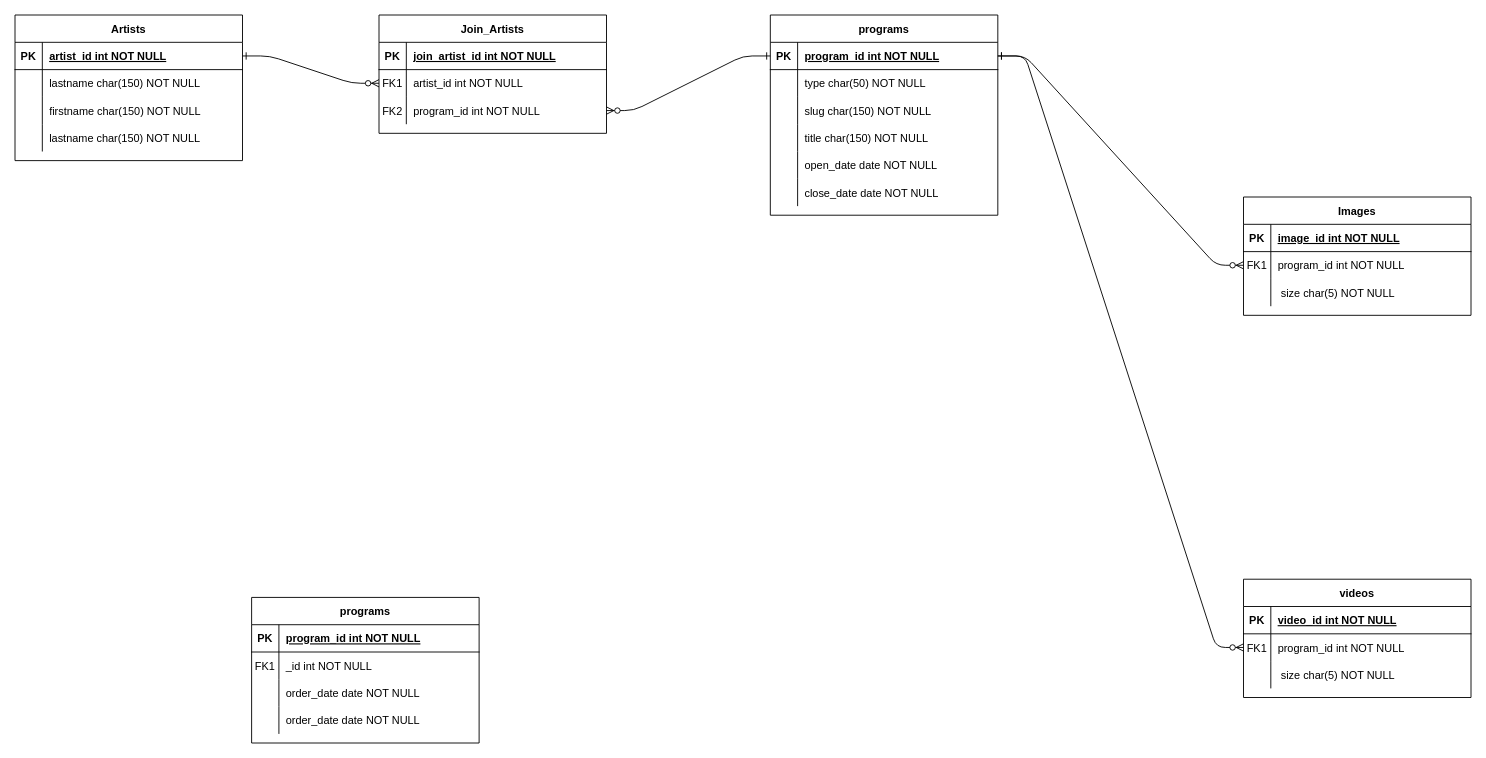
The draw.io diagram Untitled Diagram.drawio in sebatease/sebatease, before the edit. Source tidied: cells renumbered, new cells numbered last; positions are measured from the earlier drawing's top-left corner, leaving out a move shared by most shapes. Both pictures are drawn from the tidied source at 91%, with x=0, y=0 at pixel (15, 15).
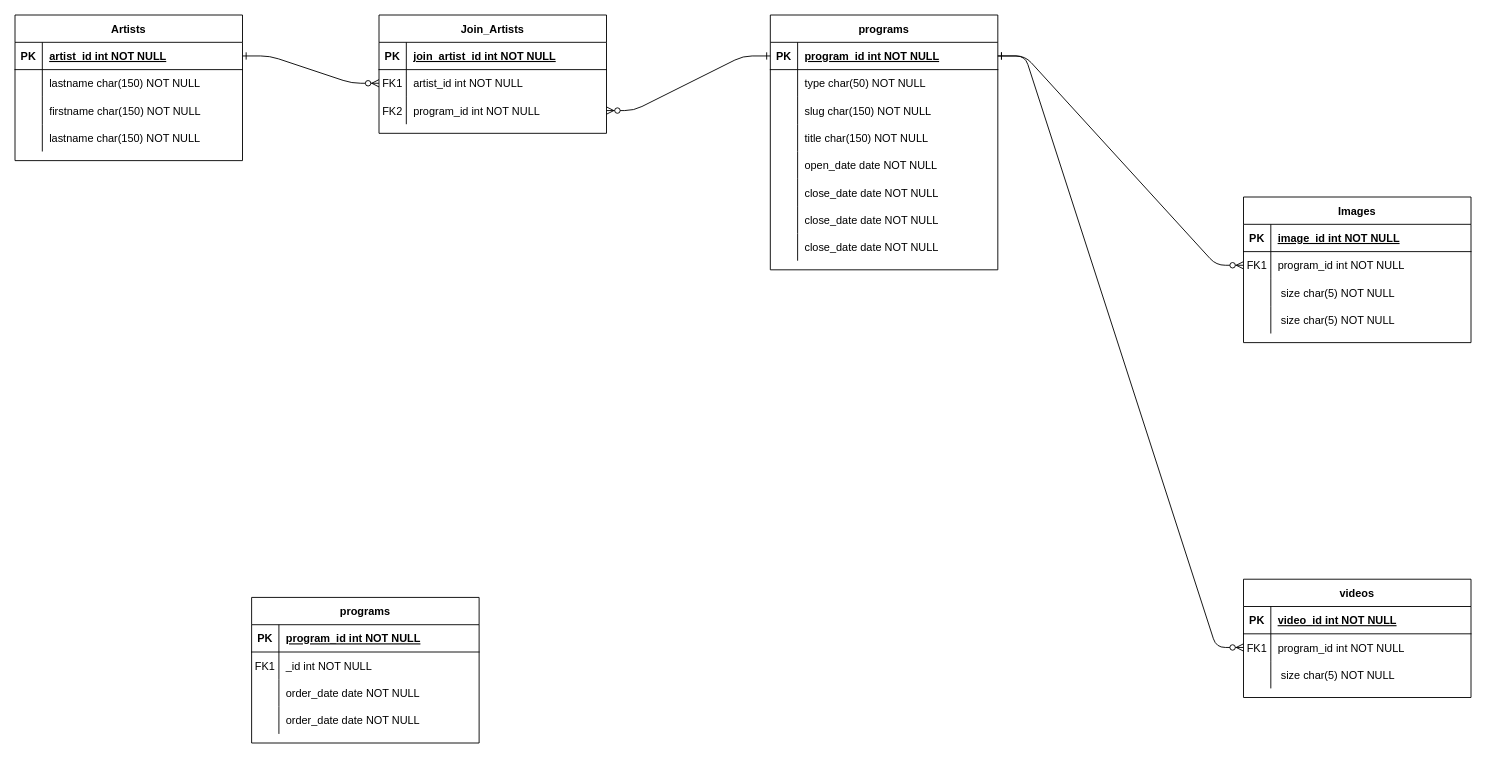
The same page after the edit.

Commit message:
fecit BDD save

What changed in the source:
```diff
@@
     <mxCell id="17" value="Images" style="shape=table;startSize=30;childLayout=tableLayout;rowLines=0;fontStyle=1;align=center;" parent="1" vertex="1">
-      <mxGeometry x="1350" y="200" width="250" height="130" as="geometry" />
+      <mxGeometry x="1350" y="200" width="250" height="160" as="geometry" />
     </mxCell>
@@
+    <mxCell id="82" style="shape=partialRectangle;fillColor=none;top=0;left=0;right=0;bottom=0;" parent="17" vertex="1">
+      <mxGeometry y="120" width="250" height="30" as="geometry" />
+    </mxCell>
+    <mxCell id="83" style="shape=partialRectangle;overflow=hidden;fillColor=none;top=0;left=0;bottom=0;right=0;" parent="82" vertex="1">
+      <mxGeometry width="30" height="30" as="geometry" />
+    </mxCell>
+    <mxCell id="84" value=" size char(5) NOT NULL" style="shape=partialRectangle;overflow=hidden;fillColor=none;top=0;left=0;bottom=0;right=0;align=left;spacingLeft=6;" parent="82" vertex="1">
+      <mxGeometry x="30" width="220" height="30" as="geometry" />
+    </mxCell>
@@
     <mxCell id="51" value="programs" style="shape=table;startSize=30;childLayout=tableLayout;rowLines=0;fontStyle=1;align=center;" parent="1" vertex="1">
-      <mxGeometry x="830" width="250" height="220" as="geometry" />
+      <mxGeometry x="830" width="250" height="280" as="geometry" />
     </mxCell>
@@
+    <mxCell id="85" style="shape=partialRectangle;fillColor=none;top=0;left=0;right=0;bottom=0;" parent="51" vertex="1">
+      <mxGeometry y="210" width="250" height="30" as="geometry" />
+    </mxCell>
+    <mxCell id="86" style="shape=partialRectangle;overflow=hidden;fillColor=none;top=0;left=0;bottom=0;right=0;" parent="85" vertex="1">
+      <mxGeometry width="30" height="30" as="geometry" />
+    </mxCell>
+    <mxCell id="87" value="close_date date NOT NULL" style="shape=partialRectangle;overflow=hidden;fillColor=none;top=0;left=0;bottom=0;right=0;align=left;spacingLeft=6;" parent="85" vertex="1">
+      <mxGeometry x="30" width="220" height="30" as="geometry" />
+    </mxCell>
+    <mxCell id="88" style="shape=partialRectangle;fillColor=none;top=0;left=0;right=0;bottom=0;" parent="51" vertex="1">
+      <mxGeometry y="240" width="250" height="30" as="geometry" />
+    </mxCell>
+    <mxCell id="89" style="shape=partialRectangle;overflow=hidden;fillColor=none;top=0;left=0;bottom=0;right=0;" parent="88" vertex="1">
+      <mxGeometry width="30" height="30" as="geometry" />
+    </mxCell>
+    <mxCell id="90" value="close_date date NOT NULL" style="shape=partialRectangle;overflow=hidden;fillColor=none;top=0;left=0;bottom=0;right=0;align=left;spacingLeft=6;" parent="88" vertex="1">
+      <mxGeometry x="30" width="220" height="30" as="geometry" />
+    </mxCell>
```
